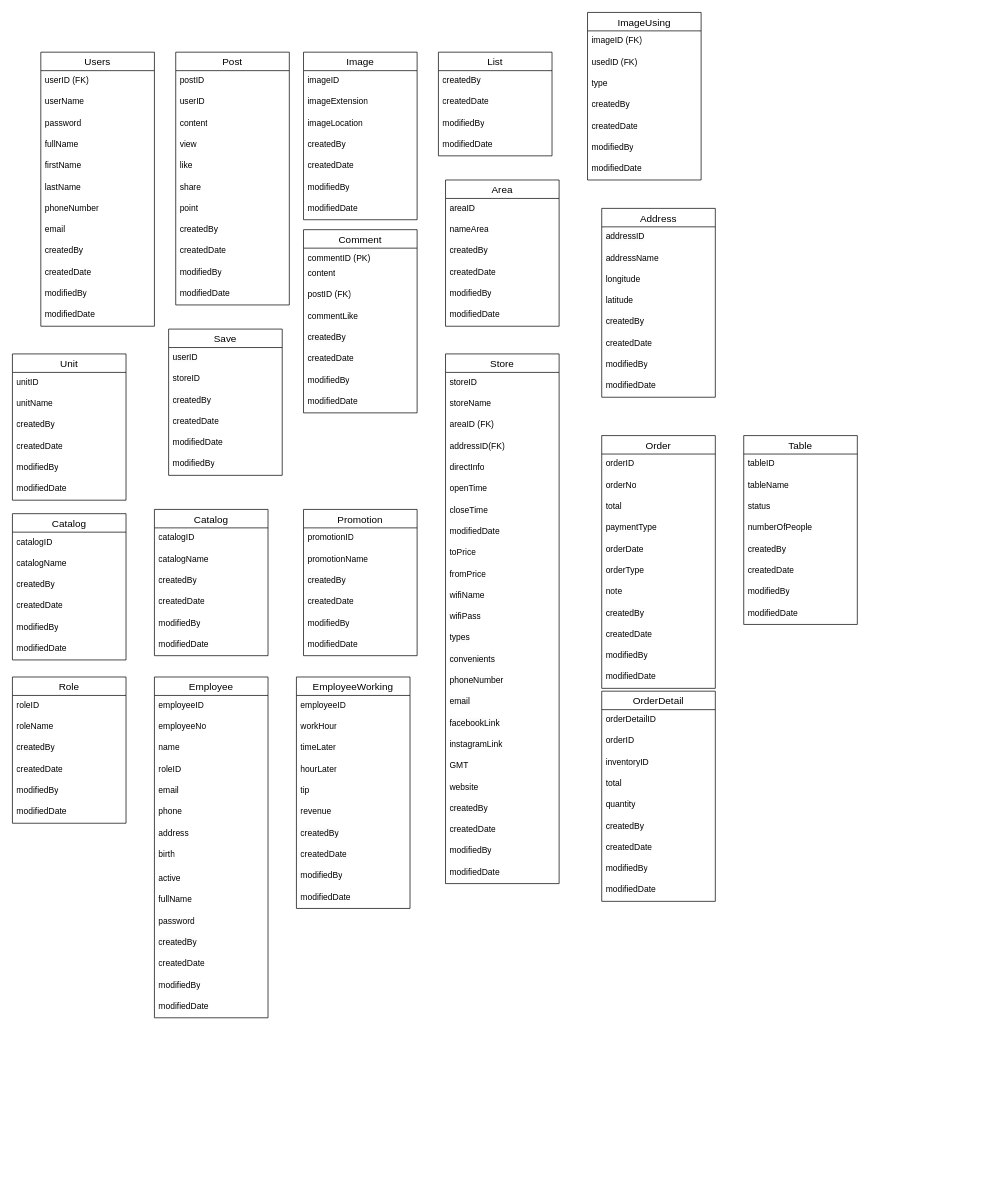
Before: Documentations/Database.drawio in MajinBuuNe-Ahihi/DATN, a draw.io diagram. Source tidied: cells renumbered, new cells numbered last; positions are measured from the earlier drawing's top-left corner, leaving out a move shared by most shapes. Both pictures are drawn from the tidied source at 71%, with x=0, y=0 at pixel (12, 12).
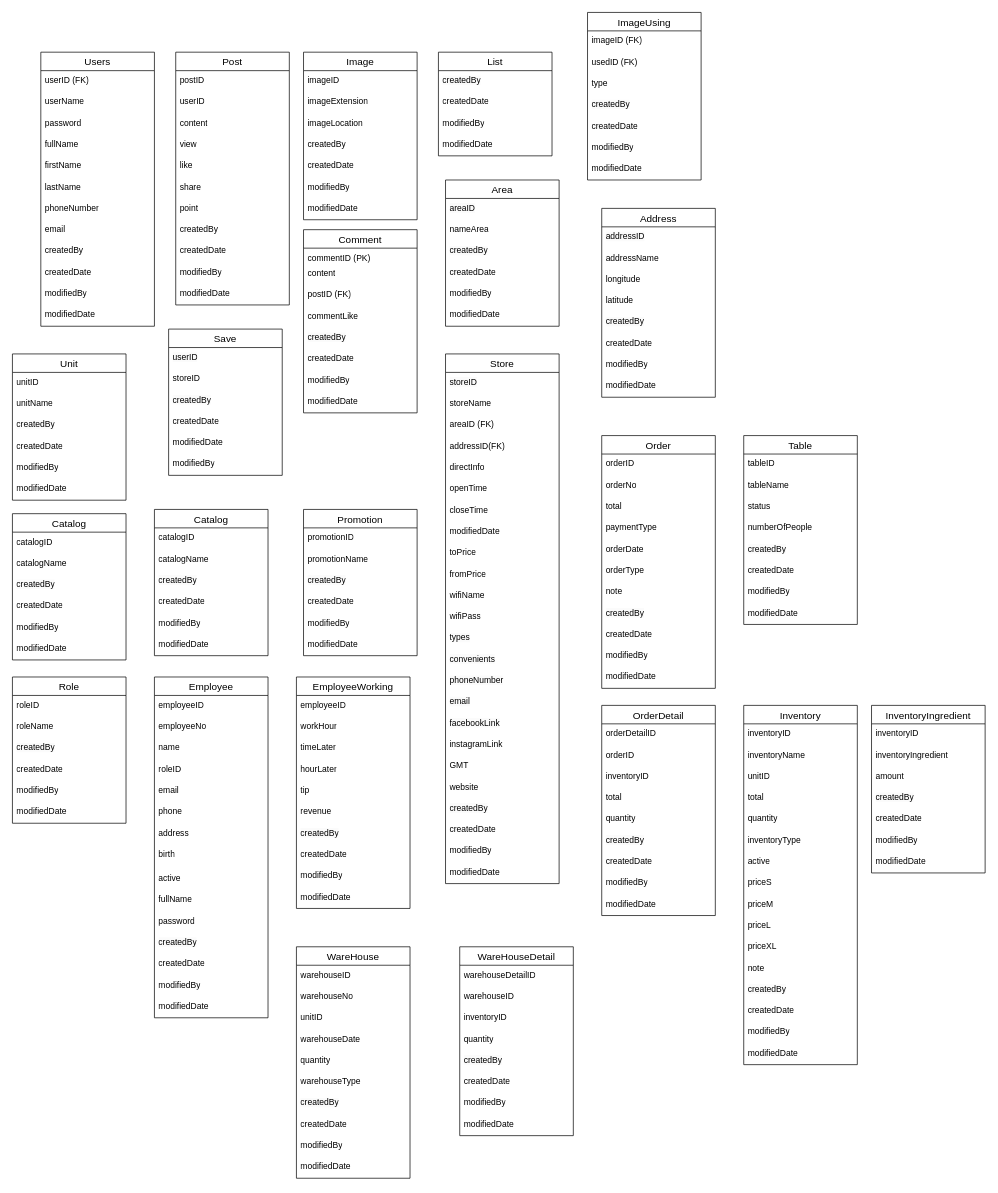
The same page after the edit.

Diff of the diagram source:
```diff
@@
     <mxCell id="188" value="OrderDetail" style="swimlane;fontStyle=0;horizontal=1;startSize=26;align=center;fontSize=14;" parent="1" vertex="1">
-      <mxGeometry x="830" y="956" width="160" height="296" as="geometry" />
+      <mxGeometry x="830" y="976" width="160" height="296" as="geometry" />
     </mxCell>
@@
+    <mxCell id="198" value="Inventory" style="swimlane;fontStyle=0;horizontal=1;startSize=26;align=center;fontSize=14;" parent="1" vertex="1">
+      <mxGeometry x="1030" y="976" width="160" height="506" as="geometry" />
+    </mxCell>
+    <mxCell id="199" value="inventoryID" style="text;strokeColor=none;fillColor=none;spacingLeft=4;spacingRight=4;overflow=hidden;fontSize=12;whiteSpace=wrap;html=1;" parent="198" vertex="1">
+      <mxGeometry y="26" width="160" height="30" as="geometry" />
+    </mxCell>
+    <mxCell id="200" value="inventoryName" style="text;strokeColor=none;fillColor=none;spacingLeft=4;spacingRight=4;overflow=hidden;fontSize=12;whiteSpace=wrap;html=1;" parent="198" vertex="1">
+      <mxGeometry y="56" width="160" height="30" as="geometry" />
+    </mxCell>
+    <mxCell id="201" value="unitID" style="text;strokeColor=none;fillColor=none;spacingLeft=4;spacingRight=4;overflow=hidden;fontSize=12;whiteSpace=wrap;html=1;" parent="198" vertex="1">
+      <mxGeometry y="86" width="160" height="30" as="geometry" />
+    </mxCell>
+    <mxCell id="202" value="total" style="text;strokeColor=none;fillColor=none;spacingLeft=4;spacingRight=4;overflow=hidden;fontSize=12;whiteSpace=wrap;html=1;" parent="198" vertex="1">
+      <mxGeometry y="116" width="160" height="30" as="geometry" />
+    </mxCell>
+    <mxCell id="203" value="quantity" style="text;strokeColor=none;fillColor=none;spacingLeft=4;spacingRight=4;overflow=hidden;fontSize=12;whiteSpace=wrap;html=1;" parent="198" vertex="1">
+      <mxGeometry y="146" width="160" height="30" as="geometry" />
+    </mxCell>
+    <mxCell id="204" value="inventoryType" style="text;strokeColor=none;fillColor=none;spacingLeft=4;spacingRight=4;overflow=hidden;fontSize=12;whiteSpace=wrap;html=1;" parent="198" vertex="1">
+      <mxGeometry y="176" width="160" height="30" as="geometry" />
+    </mxCell>
+    <mxCell id="205" value="active" style="text;strokeColor=none;fillColor=none;spacingLeft=4;spacingRight=4;overflow=hidden;fontSize=12;whiteSpace=wrap;html=1;" parent="198" vertex="1">
+      <mxGeometry y="206" width="160" height="30" as="geometry" />
+    </mxCell>
+    <mxCell id="206" value="priceS" style="text;strokeColor=none;fillColor=none;spacingLeft=4;spacingRight=4;overflow=hidden;fontSize=12;whiteSpace=wrap;html=1;" parent="198" vertex="1">
+      <mxGeometry y="236" width="160" height="30" as="geometry" />
+    </mxCell>
+    <mxCell id="207" value="priceM" style="text;strokeColor=none;fillColor=none;spacingLeft=4;spacingRight=4;overflow=hidden;fontSize=12;whiteSpace=wrap;html=1;" parent="198" vertex="1">
+      <mxGeometry y="266" width="160" height="30" as="geometry" />
+    </mxCell>
+    <mxCell id="208" value="priceL" style="text;strokeColor=none;fillColor=none;spacingLeft=4;spacingRight=4;overflow=hidden;fontSize=12;whiteSpace=wrap;html=1;" parent="198" vertex="1">
+      <mxGeometry y="296" width="160" height="30" as="geometry" />
+    </mxCell>
+    <mxCell id="209" value="priceXL" style="text;strokeColor=none;fillColor=none;spacingLeft=4;spacingRight=4;overflow=hidden;fontSize=12;whiteSpace=wrap;html=1;" parent="198" vertex="1">
+      <mxGeometry y="326" width="160" height="30" as="geometry" />
+    </mxCell>
+    <mxCell id="210" value="note" style="text;strokeColor=none;fillColor=none;spacingLeft=4;spacingRight=4;overflow=hidden;fontSize=12;whiteSpace=wrap;html=1;" parent="198" vertex="1">
+      <mxGeometry y="356" width="160" height="30" as="geometry" />
+    </mxCell>
+    <mxCell id="211" value="&lt;span style=&quot;color: rgb(0, 0, 0); font-family: Helvetica; font-size: 12px; font-style: normal; font-variant-ligatures: normal; font-variant-caps: normal; font-weight: 400; letter-spacing: normal; orphans: 2; text-align: left; text-indent: 0px; text-transform: none; white-space: normal; widows: 2; word-spacing: 0px; -webkit-text-stroke-width: 0px; background-color: rgb(251, 251, 251); text-decoration-thickness: initial; text-decoration-style: initial; text-decoration-color: initial; display: inline !important; float: none;&quot;&gt;createdBy&lt;/span&gt;" style="text;strokeColor=none;fillColor=none;spacingLeft=4;spacingRight=4;overflow=hidden;fontSize=12;whiteSpace=wrap;html=1;" parent="198" vertex="1">
+      <mxGeometry y="386" width="160" height="30" as="geometry" />
+    </mxCell>
+    <mxCell id="212" value="createdDate" style="text;strokeColor=none;fillColor=none;spacingLeft=4;spacingRight=4;overflow=hidden;fontSize=12;whiteSpace=wrap;html=1;" parent="198" vertex="1">
+      <mxGeometry y="416" width="160" height="30" as="geometry" />
+    </mxCell>
+    <mxCell id="213" value="modifiedBy" style="text;strokeColor=none;fillColor=none;spacingLeft=4;spacingRight=4;overflow=hidden;fontSize=12;whiteSpace=wrap;html=1;" parent="198" vertex="1">
+      <mxGeometry y="446" width="160" height="30" as="geometry" />
+    </mxCell>
+    <mxCell id="214" value="modifiedDate" style="text;strokeColor=none;fillColor=none;spacingLeft=4;spacingRight=4;overflow=hidden;fontSize=12;whiteSpace=wrap;html=1;" parent="198" vertex="1">
+      <mxGeometry y="476" width="160" height="30" as="geometry" />
+    </mxCell>
+    <mxCell id="215" value="InventoryIngredient" style="swimlane;fontStyle=0;horizontal=1;startSize=26;align=center;fontSize=14;" parent="1" vertex="1">
+      <mxGeometry x="1210" y="976" width="160" height="236" as="geometry" />
+    </mxCell>
+    <mxCell id="216" value="inventoryID" style="text;strokeColor=none;fillColor=none;spacingLeft=4;spacingRight=4;overflow=hidden;fontSize=12;whiteSpace=wrap;html=1;" parent="215" vertex="1">
+      <mxGeometry y="26" width="160" height="30" as="geometry" />
+    </mxCell>
+    <mxCell id="217" value="inventoryIngredient" style="text;strokeColor=none;fillColor=none;spacingLeft=4;spacingRight=4;overflow=hidden;fontSize=12;whiteSpace=wrap;html=1;" parent="215" vertex="1">
+      <mxGeometry y="56" width="160" height="30" as="geometry" />
+    </mxCell>
+    <mxCell id="218" value="amount" style="text;strokeColor=none;fillColor=none;spacingLeft=4;spacingRight=4;overflow=hidden;fontSize=12;whiteSpace=wrap;html=1;" parent="215" vertex="1">
+      <mxGeometry y="86" width="160" height="30" as="geometry" />
+    </mxCell>
+    <mxCell id="219" value="&lt;span style=&quot;color: rgb(0, 0, 0); font-family: Helvetica; font-size: 12px; font-style: normal; font-variant-ligatures: normal; font-variant-caps: normal; font-weight: 400; letter-spacing: normal; orphans: 2; text-align: left; text-indent: 0px; text-transform: none; white-space: normal; widows: 2; word-spacing: 0px; -webkit-text-stroke-width: 0px; background-color: rgb(251, 251, 251); text-decoration-thickness: initial; text-decoration-style: initial; text-decoration-color: initial; display: inline !important; float: none;&quot;&gt;createdBy&lt;/span&gt;" style="text;strokeColor=none;fillColor=none;spacingLeft=4;spacingRight=4;overflow=hidden;fontSize=12;whiteSpace=wrap;html=1;" parent="215" vertex="1">
+      <mxGeometry y="116" width="160" height="30" as="geometry" />
+    </mxCell>
+    <mxCell id="220" value="createdDate" style="text;strokeColor=none;fillColor=none;spacingLeft=4;spacingRight=4;overflow=hidden;fontSize=12;whiteSpace=wrap;html=1;" parent="215" vertex="1">
+      <mxGeometry y="146" width="160" height="30" as="geometry" />
+    </mxCell>
+    <mxCell id="221" value="modifiedBy" style="text;strokeColor=none;fillColor=none;spacingLeft=4;spacingRight=4;overflow=hidden;fontSize=12;whiteSpace=wrap;html=1;" parent="215" vertex="1">
+      <mxGeometry y="176" width="160" height="30" as="geometry" />
+    </mxCell>
+    <mxCell id="222" value="modifiedDate" style="text;strokeColor=none;fillColor=none;spacingLeft=4;spacingRight=4;overflow=hidden;fontSize=12;whiteSpace=wrap;html=1;" parent="215" vertex="1">
+      <mxGeometry y="206" width="160" height="30" as="geometry" />
+    </mxCell>
+    <mxCell id="223" value="WareHouse" style="swimlane;fontStyle=0;horizontal=1;startSize=26;align=center;fontSize=14;" parent="1" vertex="1">
+      <mxGeometry x="400" y="1316" width="160" height="326" as="geometry" />
+    </mxCell>
+    <mxCell id="224" value="warehouseID" style="text;strokeColor=none;fillColor=none;spacingLeft=4;spacingRight=4;overflow=hidden;fontSize=12;whiteSpace=wrap;html=1;" parent="223" vertex="1">
+      <mxGeometry y="26" width="160" height="30" as="geometry" />
+    </mxCell>
+    <mxCell id="225" value="warehouseNo" style="text;strokeColor=none;fillColor=none;spacingLeft=4;spacingRight=4;overflow=hidden;fontSize=12;whiteSpace=wrap;html=1;" parent="223" vertex="1">
+      <mxGeometry y="56" width="160" height="30" as="geometry" />
+    </mxCell>
+    <mxCell id="226" value="unitID" style="text;strokeColor=none;fillColor=none;spacingLeft=4;spacingRight=4;overflow=hidden;fontSize=12;whiteSpace=wrap;html=1;" parent="223" vertex="1">
+      <mxGeometry y="86" width="160" height="30" as="geometry" />
+    </mxCell>
+    <mxCell id="227" value="warehouseDate" style="text;strokeColor=none;fillColor=none;spacingLeft=4;spacingRight=4;overflow=hidden;fontSize=12;whiteSpace=wrap;html=1;" parent="223" vertex="1">
+      <mxGeometry y="116" width="160" height="30" as="geometry" />
+    </mxCell>
+    <mxCell id="228" value="quantity" style="text;strokeColor=none;fillColor=none;spacingLeft=4;spacingRight=4;overflow=hidden;fontSize=12;whiteSpace=wrap;html=1;" parent="223" vertex="1">
+      <mxGeometry y="146" width="160" height="30" as="geometry" />
+    </mxCell>
+    <mxCell id="229" value="warehouseType" style="text;strokeColor=none;fillColor=none;spacingLeft=4;spacingRight=4;overflow=hidden;fontSize=12;whiteSpace=wrap;html=1;" parent="223" vertex="1">
+      <mxGeometry y="176" width="160" height="30" as="geometry" />
+    </mxCell>
+    <mxCell id="230" value="&lt;span style=&quot;color: rgb(0, 0, 0); font-family: Helvetica; font-size: 12px; font-style: normal; font-variant-ligatures: normal; font-variant-caps: normal; font-weight: 400; letter-spacing: normal; orphans: 2; text-align: left; text-indent: 0px; text-transform: none; white-space: normal; widows: 2; word-spacing: 0px; -webkit-text-stroke-width: 0px; background-color: rgb(251, 251, 251); text-decoration-thickness: initial; text-decoration-style: initial; text-decoration-color: initial; display: inline !important; float: none;&quot;&gt;createdBy&lt;/span&gt;" style="text;strokeColor=none;fillColor=none;spacingLeft=4;spacingRight=4;overflow=hidden;fontSize=12;whiteSpace=wrap;html=1;" parent="223" vertex="1">
+      <mxGeometry y="206" width="160" height="30" as="geometry" />
+    </mxCell>
+    <mxCell id="231" value="createdDate" style="text;strokeColor=none;fillColor=none;spacingLeft=4;spacingRight=4;overflow=hidden;fontSize=12;whiteSpace=wrap;html=1;" parent="223" vertex="1">
+      <mxGeometry y="236" width="160" height="30" as="geometry" />
+    </mxCell>
+    <mxCell id="232" value="modifiedBy" style="text;strokeColor=none;fillColor=none;spacingLeft=4;spacingRight=4;overflow=hidden;fontSize=12;whiteSpace=wrap;html=1;" parent="223" vertex="1">
+      <mxGeometry y="266" width="160" height="30" as="geometry" />
+    </mxCell>
+    <mxCell id="233" value="modifiedDate" style="text;strokeColor=none;fillColor=none;spacingLeft=4;spacingRight=4;overflow=hidden;fontSize=12;whiteSpace=wrap;html=1;" parent="223" vertex="1">
+      <mxGeometry y="296" width="160" height="30" as="geometry" />
+    </mxCell>
+    <mxCell id="234" value="WareHouseDetail" style="swimlane;fontStyle=0;horizontal=1;startSize=26;align=center;fontSize=14;" parent="1" vertex="1">
+      <mxGeometry x="630" y="1316" width="160" height="266" as="geometry" />
+    </mxCell>
+    <mxCell id="235" value="warehouseDetailID" style="text;strokeColor=none;fillColor=none;spacingLeft=4;spacingRight=4;overflow=hidden;fontSize=12;whiteSpace=wrap;html=1;" parent="234" vertex="1">
+      <mxGeometry y="26" width="160" height="30" as="geometry" />
+    </mxCell>
+    <mxCell id="236" value="warehouseID" style="text;strokeColor=none;fillColor=none;spacingLeft=4;spacingRight=4;overflow=hidden;fontSize=12;whiteSpace=wrap;html=1;" parent="234" vertex="1">
+      <mxGeometry y="56" width="160" height="30" as="geometry" />
+    </mxCell>
+    <mxCell id="237" value="inventoryID" style="text;strokeColor=none;fillColor=none;spacingLeft=4;spacingRight=4;overflow=hidden;fontSize=12;whiteSpace=wrap;html=1;" parent="234" vertex="1">
+      <mxGeometry y="86" width="160" height="30" as="geometry" />
+    </mxCell>
+    <mxCell id="238" value="quantity" style="text;strokeColor=none;fillColor=none;spacingLeft=4;spacingRight=4;overflow=hidden;fontSize=12;whiteSpace=wrap;html=1;" parent="234" vertex="1">
+      <mxGeometry y="116" width="160" height="30" as="geometry" />
+    </mxCell>
+    <mxCell id="239" value="&lt;span style=&quot;color: rgb(0, 0, 0); font-family: Helvetica; font-size: 12px; font-style: normal; font-variant-ligatures: normal; font-variant-caps: normal; font-weight: 400; letter-spacing: normal; orphans: 2; text-align: left; text-indent: 0px; text-transform: none; white-space: normal; widows: 2; word-spacing: 0px; -webkit-text-stroke-width: 0px; background-color: rgb(251, 251, 251); text-decoration-thickness: initial; text-decoration-style: initial; text-decoration-color: initial; display: inline !important; float: none;&quot;&gt;createdBy&lt;/span&gt;" style="text;strokeColor=none;fillColor=none;spacingLeft=4;spacingRight=4;overflow=hidden;fontSize=12;whiteSpace=wrap;html=1;" parent="234" vertex="1">
+      <mxGeometry y="146" width="160" height="30" as="geometry" />
+    </mxCell>
+    <mxCell id="240" value="createdDate" style="text;strokeColor=none;fillColor=none;spacingLeft=4;spacingRight=4;overflow=hidden;fontSize=12;whiteSpace=wrap;html=1;" parent="234" vertex="1">
+      <mxGeometry y="176" width="160" height="30" as="geometry" />
+    </mxCell>
+    <mxCell id="241" value="modifiedBy" style="text;strokeColor=none;fillColor=none;spacingLeft=4;spacingRight=4;overflow=hidden;fontSize=12;whiteSpace=wrap;html=1;" parent="234" vertex="1">
+      <mxGeometry y="206" width="160" height="30" as="geometry" />
+    </mxCell>
+    <mxCell id="242" value="modifiedDate" style="text;strokeColor=none;fillColor=none;spacingLeft=4;spacingRight=4;overflow=hidden;fontSize=12;whiteSpace=wrap;html=1;" parent="234" vertex="1">
+      <mxGeometry y="236" width="160" height="30" as="geometry" />
+    </mxCell>
```
